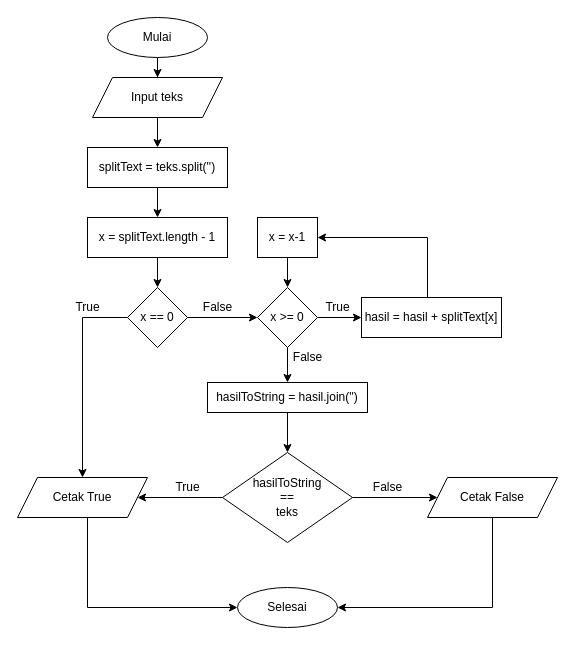
taufik17/Pijar_Camp keeps this draw.io diagram as page "Palindrom" (1 of 4) of Tugas 2/reverse dan palindrom.drawio. Above is the earlier version. Source tidied: cells renumbered, new cells numbered last; positions are measured from the earlier drawing's top-left corner, leaving out a move shared by most shapes. Both pictures are drawn from the tidied source at 100%, with x=0, y=0 at pixel (17, 17).
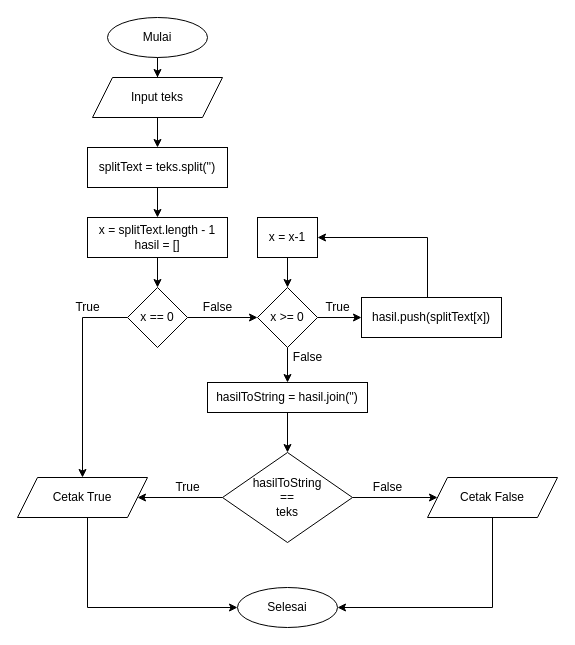
The same page after the edit.

Diff of the diagram source:
```diff
@@
-    <mxCell id="10" value="x = splitText.length - 1" style="rounded=0;whiteSpace=wrap;html=1;" parent="1" vertex="1">
+    <mxCell id="10" value="x = splitText.length - 1&lt;br&gt;hasil = []" style="rounded=0;whiteSpace=wrap;html=1;" parent="1" vertex="1">
       <mxGeometry x="70" y="200" width="140" height="40" as="geometry" />
     </mxCell>
@@
-    <mxCell id="24" value="hasil = hasil + splitText[x]" style="rounded=0;whiteSpace=wrap;html=1;" parent="1" vertex="1">
+    <mxCell id="24" value="hasil.push(splitText[x])" style="rounded=0;whiteSpace=wrap;html=1;" parent="1" vertex="1">
       <mxGeometry x="344" y="280" width="140" height="40" as="geometry" />
     </mxCell>
```
